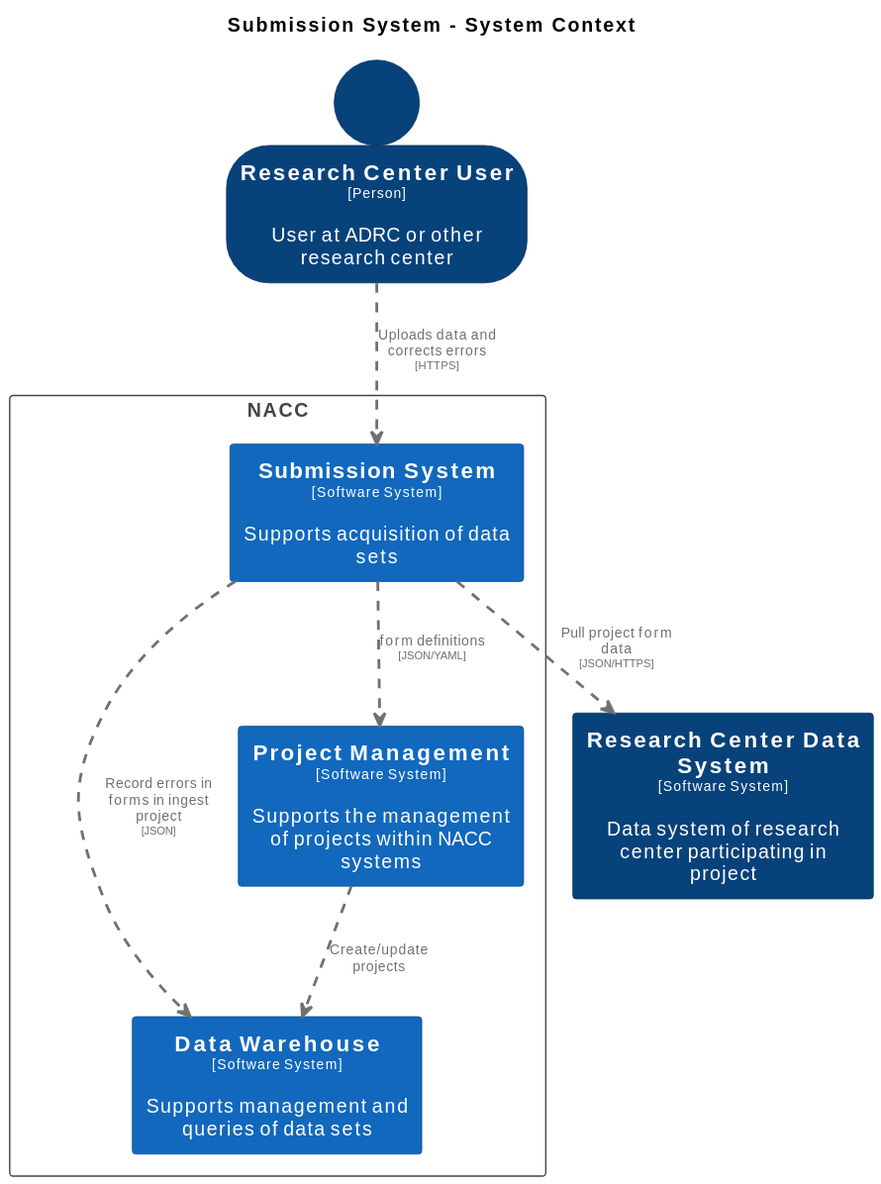
Before: docs/images/structurizr-SubmissionContext.svg, a diagram exported from PlantUML (naccdata/system-design).
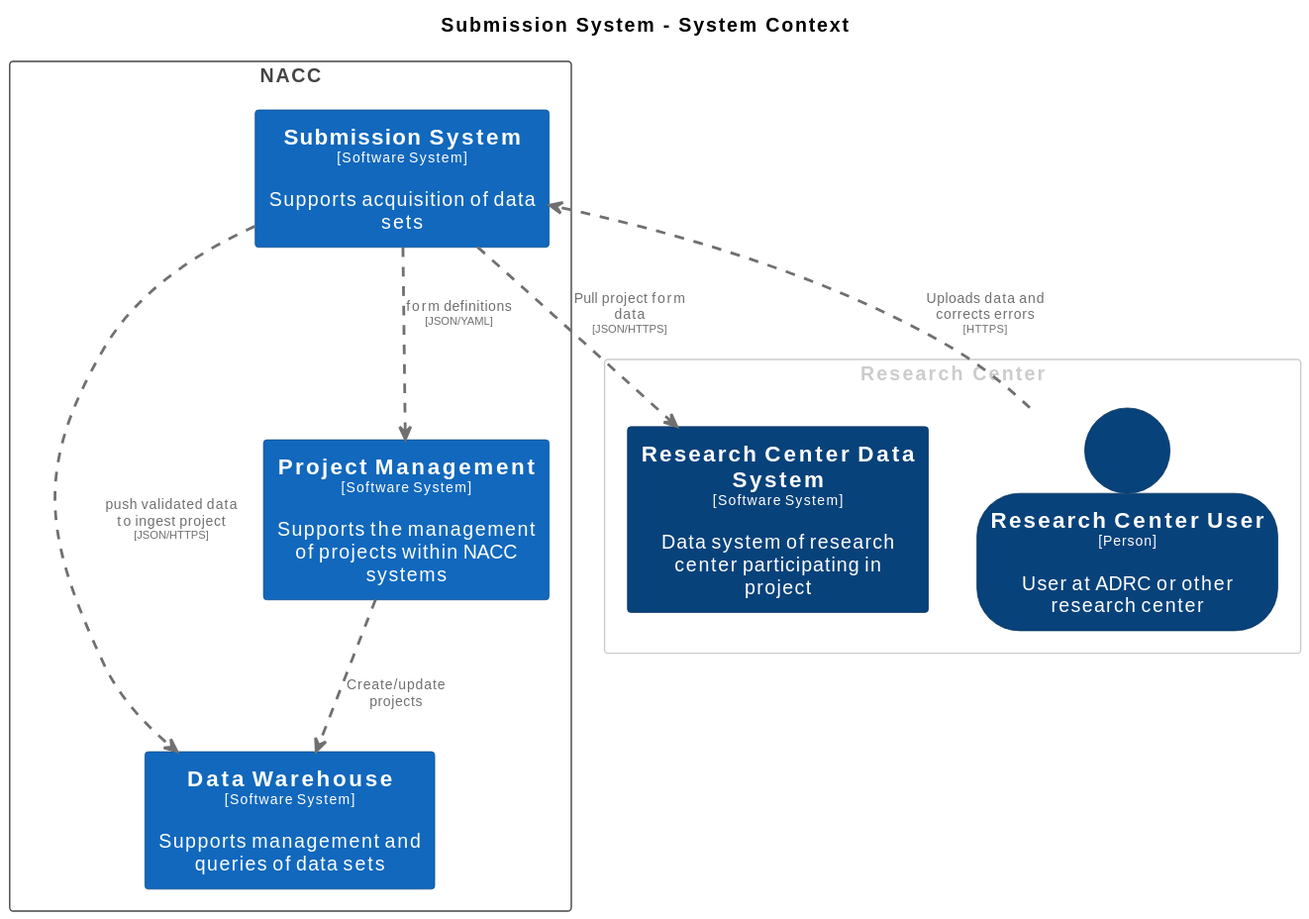
The same file after the commit.

Diff of the diagram source:
```diff
@@ -49,12 +49,18 @@
   rectangle "==Submission System\n<size:10>[Software System]</size>\n\nSupports acquisition of data sets" <<SubmissionSystem>> as SubmissionSystem
 }
 
-person "==Research Center User\n<size:10>[Person]</size>\n\nUser at ADRC or other research center" <<ResearchCenterUser>> as ResearchCenterUser
-rectangle "==Research Center Data System\n<size:10>[Software System]</size>\n\nData system of research center participating in project" <<ResearchCenterDataSystem>> as ResearchCenterDataSystem
+rectangle "Research Center" <<group1>> {
+  skinparam RectangleBorderColor<<group1>> #cccccc
+  skinparam RectangleFontColor<<group1>> #cccccc
+
+  person "==Research Center User\n<size:10>[Person]</size>\n\nUser at ADRC or other research center" <<ResearchCenterUser>> as ResearchCenterUser
+  rectangle "==Research Center Data System\n<size:10>[Software System]</size>\n\nData system of research center participating in project" <<ResearchCenterDataSystem>> as ResearchCenterDataSystem
+}
+
 
 ResearchCenterUser .[#707070,thickness=2].> SubmissionSystem : "<color:#707070>Uploads data and corrects errors\n<color:#707070><size:8>[HTTPS]</size>"
 SubmissionSystem .[#707070,thickness=2].> ResearchCenterDataSystem : "<color:#707070>Pull project form data\n<color:#707070><size:8>[JSON/HTTPS]</size>"
 ProjectManagement .[#707070,thickness=2].> DataWarehouse : "<color:#707070>Create/update projects"
-SubmissionSystem .[#707070,thickness=2].> DataWarehouse : "<color:#707070>Record errors in forms in ingest project\n<color:#707070><size:8>[JSON]</size>"
 SubmissionSystem .[#707070,thickness=2].> ProjectManagement : "<color:#707070>form definitions\n<color:#707070><size:8>[JSON/YAML]</size>"
+SubmissionSystem .[#707070,thickness=2].> DataWarehouse : "<color:#707070>push validated data to ingest project\n<color:#707070><size:8>[JSON/HTTPS]</size>"
 @enduml
```
